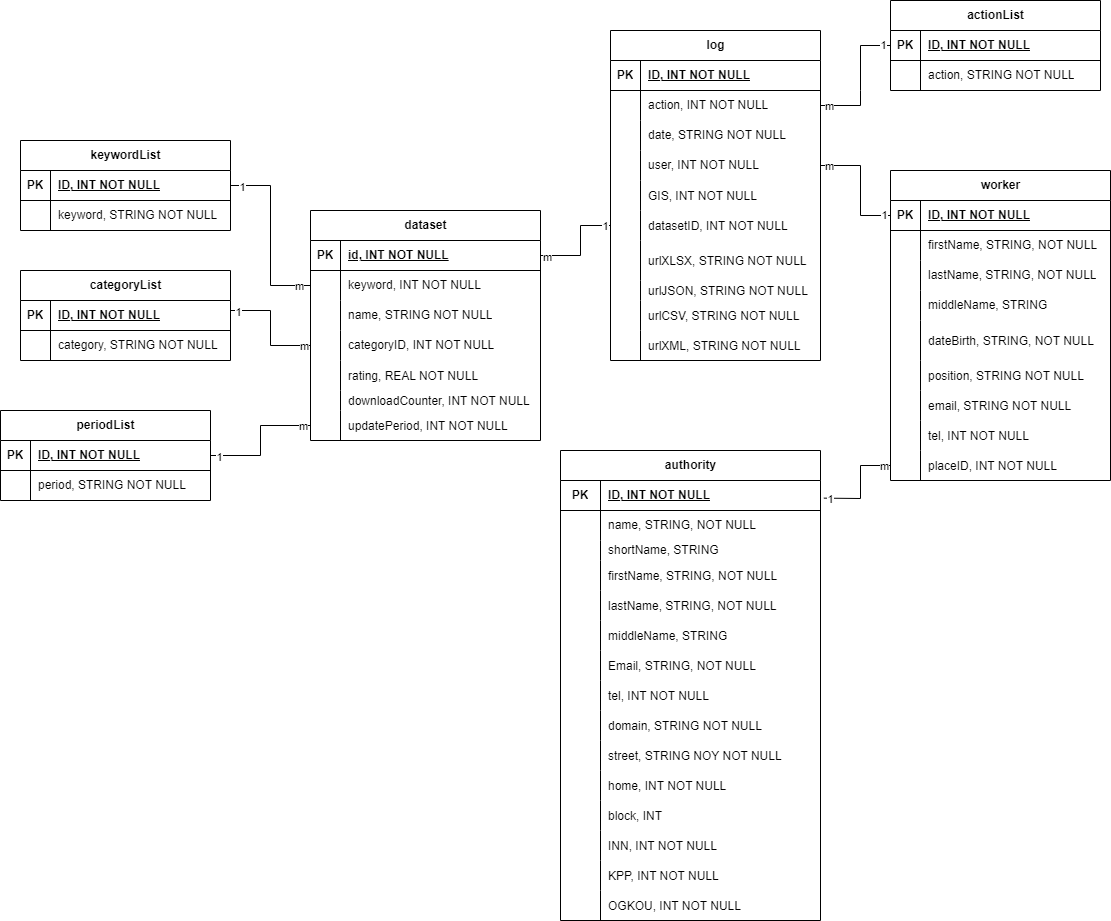
The draw.io diagram даталогическая модель.png in n0kse/shumskiiIN_kursovaya, before a commit. Source tidied: cells renumbered, new cells last; positions are measured from the earlier drawing's top-left corner, leaving out a move shared by most shapes.
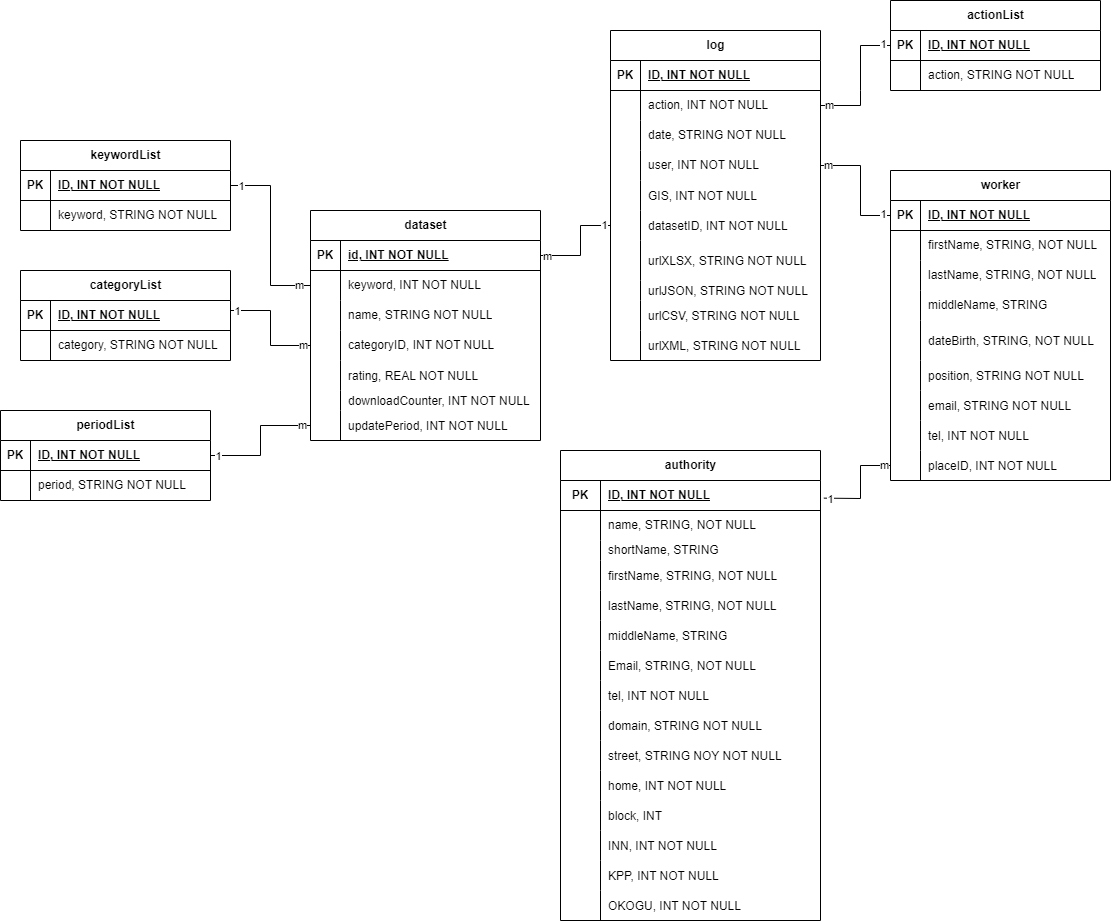
The same diagram one commit later.

Commit message:
Исправление в таблице authority

The edit, as a diff of the source:
```diff
@@ -137,7 +137,7 @@
     <mxCell id="46" style="shape=partialRectangle;fillColor=none;top=0;left=0;bottom=0;right=0;overflow=hidden;" parent="45" vertex="1">
       <mxGeometry width="40" height="30" as="geometry" />
     </mxCell>
-    <mxCell id="47" value="OGKOU, INT NOT NULL" style="shape=partialRectangle;fillColor=none;top=0;left=0;bottom=0;right=0;align=left;spacingLeft=6;overflow=hidden;" parent="45" vertex="1">
+    <mxCell id="47" value="OKOGU, INT NOT NULL" style="shape=partialRectangle;fillColor=none;top=0;left=0;bottom=0;right=0;align=left;spacingLeft=6;overflow=hidden;" parent="45" vertex="1">
       <mxGeometry x="40" width="220" height="30" as="geometry" />
     </mxCell>
     <mxCell id="48" value="worker" style="shape=table;startSize=30;rowLines=0;fontStyle=1;align=center;html=1;" parent="1" vertex="1">
```
